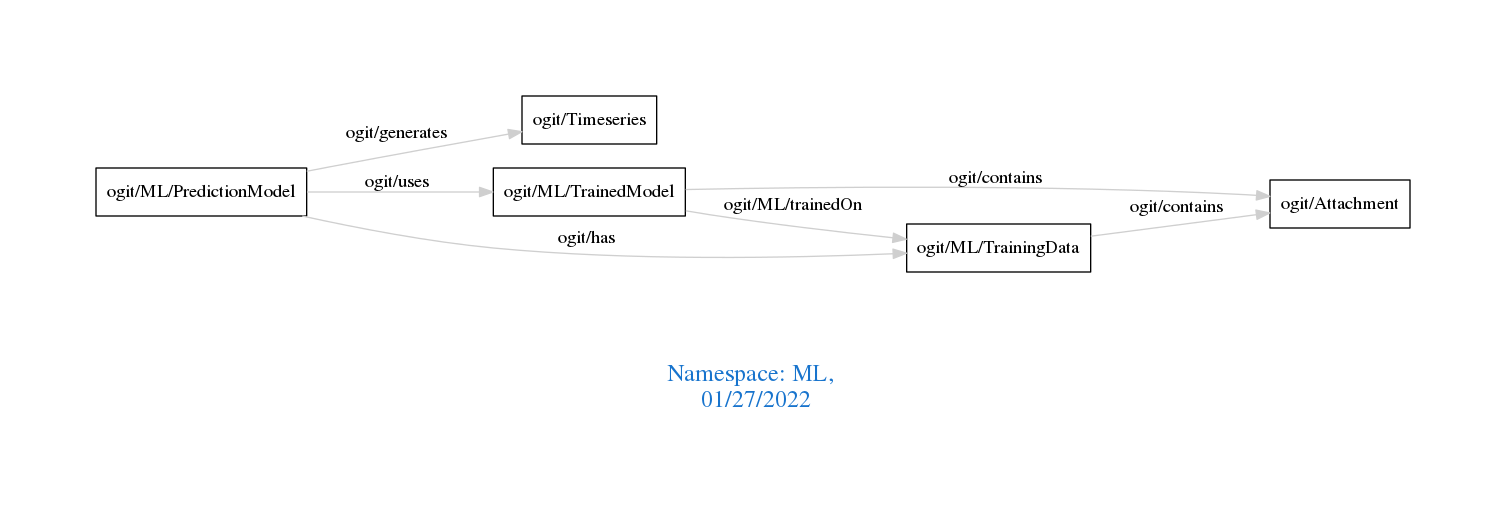
Earlier version of the Graphviz export downloads/ML.png (arago/OGIT). Its source is kept beside it as downloads/ML.dot.
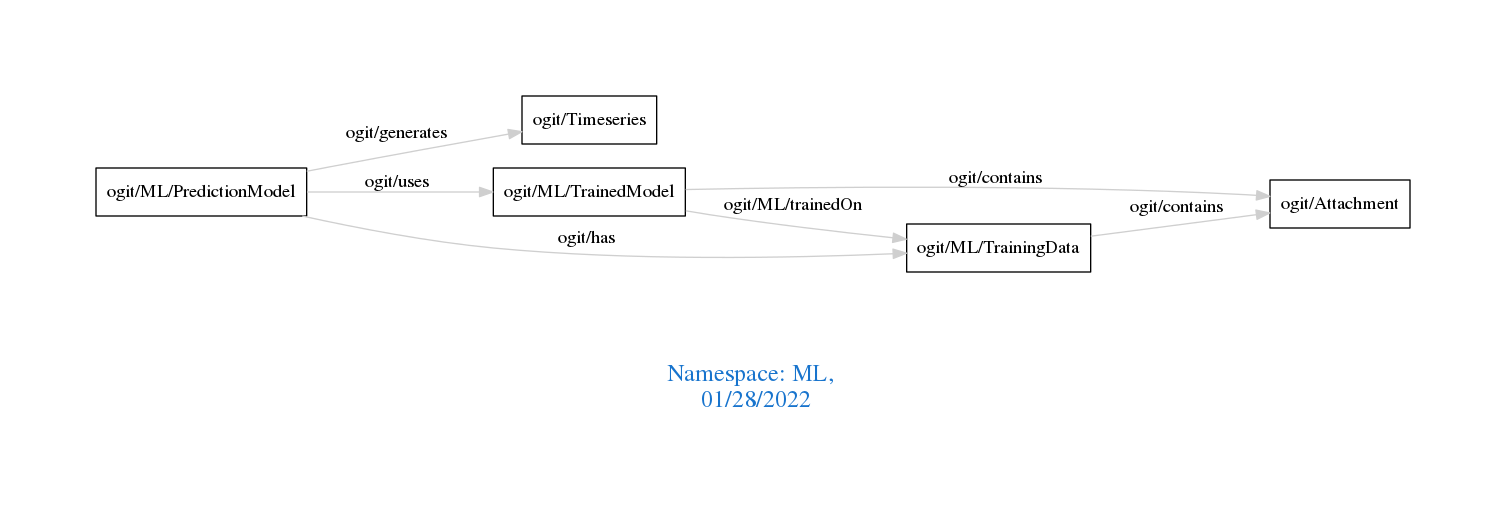
After the commit.

The edit, as a diff of the source:
```diff
@@ -1,12 +1,12 @@
 digraph OGIT_ontology {
  graph [ rankdir= LR,pad=1
 fontsize = 18,
-fontcolor= dodgerblue3,label = "\n\n\nNamespace: ML, \n 01/27/2022"];
+fontcolor= dodgerblue3,label = "\n\n\nNamespace: ML, \n 01/28/2022"];
 node[shape=polygon];
 edge [  color="gray81"];
 
+   "ogit/ML/TrainedModel" -> "ogit/Attachment" [label="   ogit/contains    "];
    "ogit/ML/TrainingData" -> "ogit/Attachment" [label="   ogit/contains    "];
-   "ogit/ML/TrainedModel" -> "ogit/Attachment" [label="   ogit/contains    "];
    "ogit/ML/PredictionModel" -> "ogit/Timeseries" [label="   ogit/generates    "];
    "ogit/ML/TrainedModel" -> "ogit/ML/TrainingData" [label="   ogit/ML/trainedOn    "];
    "ogit/ML/PredictionModel" -> "ogit/ML/TrainedModel" [label="   ogit/uses    "];
```
